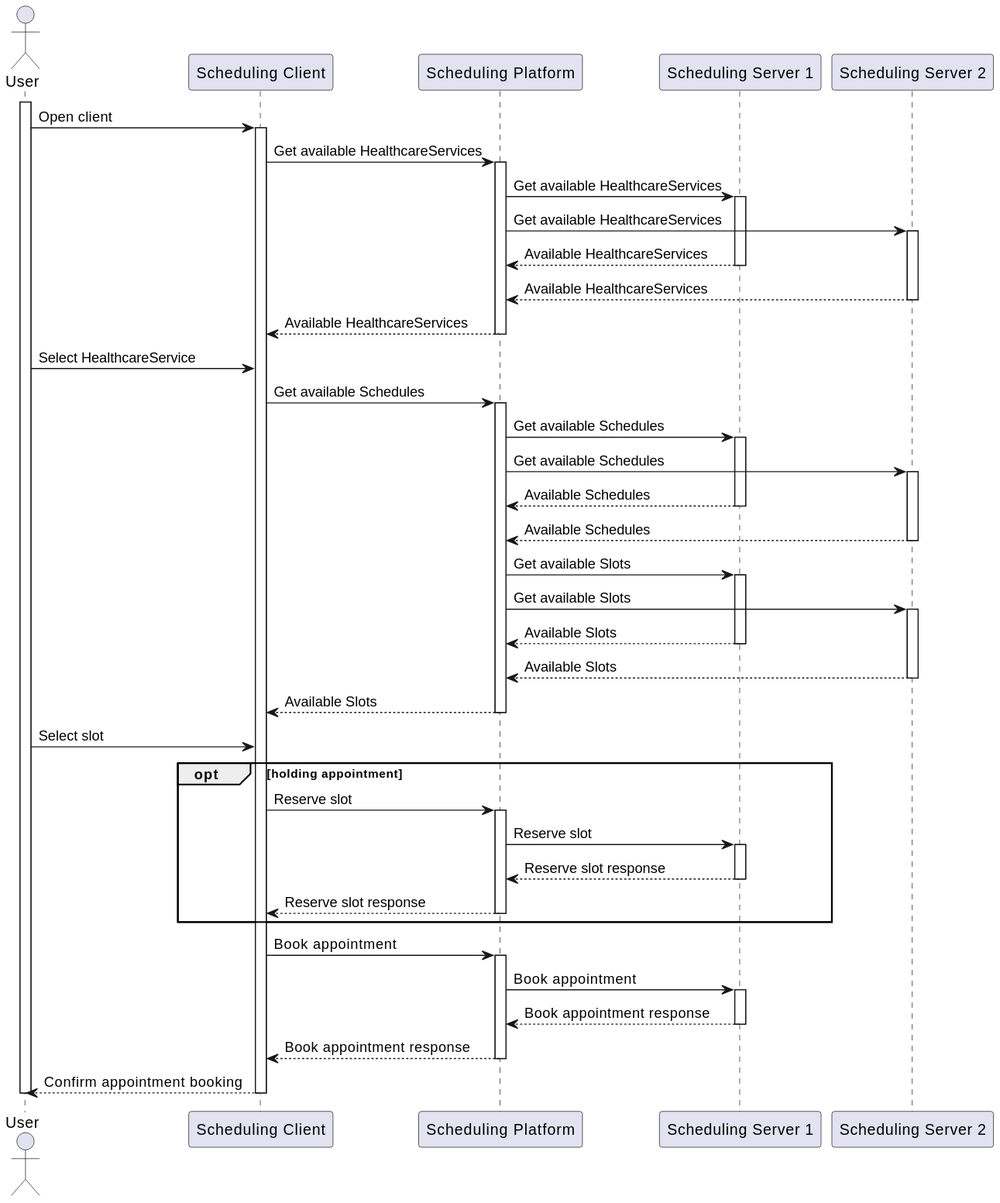
This is r5-TC-FHIR-AG-Scheduling-R5-main/scenarios/sequence-platform.svg from HL7Austria/hl7austria.github.io, a PlantUML export, as it was before one commit.
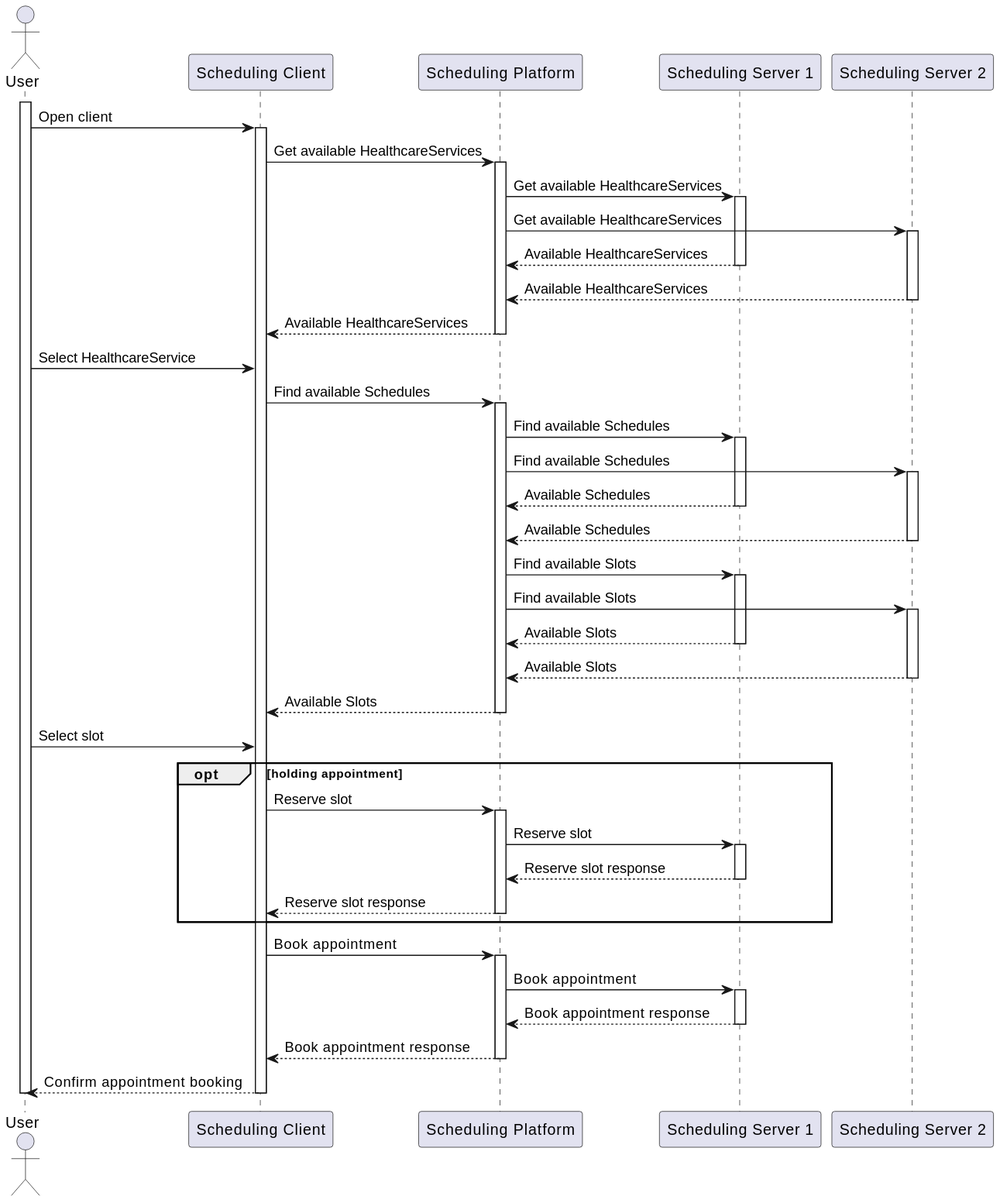
After the commit.

Diff of the diagram source:
```diff
@@ -22,20 +22,20 @@
 deactivate platform
 
 user -> client: Select HealthcareService
-client -> platform: Get available Schedules
+client -> platform: Find available Schedules
 activate platform
-platform -> schedServ1: Get available Schedules
+platform -> schedServ1: Find available Schedules
 activate schedServ1
-platform -> schedServ2: Get available Schedules
+platform -> schedServ2: Find available Schedules
 activate schedServ2
 schedServ1 ---> platform: Available Schedules
 deactivate schedServ1
 schedServ2 ---> platform: Available Schedules
 deactivate schedServ2
 
-platform -> schedServ1: Get available Slots
+platform -> schedServ1: Find available Slots
 activate schedServ1
-platform -> schedServ2: Get available Slots
+platform -> schedServ2: Find available Slots
 activate schedServ2
 schedServ1 ---> platform: Available Slots
 deactivate schedServ1
```
